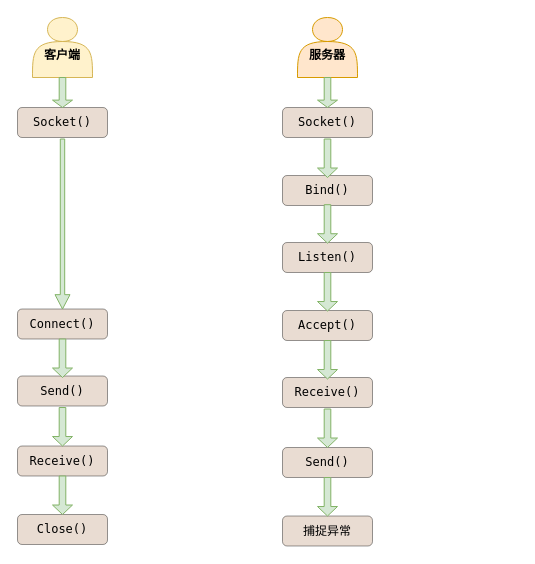
Earlier version of the draw.io diagram TCP Socket.drawio (hhw-cainiao/draw). Source tidied: cells renumbered, new cells numbered last; positions are measured from the earlier drawing's top-left corner, leaving out a move shared by most shapes. Both pictures are drawn from the tidied source at 100%, with x=0, y=0 at pixel (17, 17).
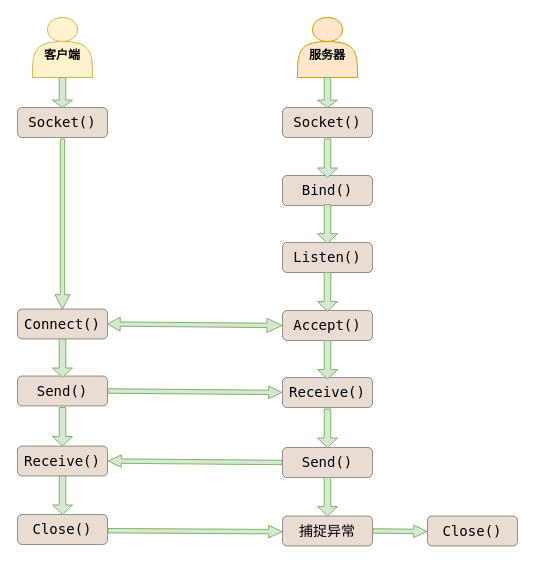
After the change.

The edit, as a diff of the source:
```diff
@@
-    <mxCell id="4" value="Socket()" style="rounded=1;whiteSpace=wrap;html=1;fillColor=#C7A78F;opacity=40;fontFamily=Lucida Console;" parent="1" vertex="1">
+    <mxCell id="4" value="Socket()" style="rounded=1;whiteSpace=wrap;html=1;fillColor=#C7A78F;opacity=40;fontFamily=Lucida Console;fontSize=14;" parent="1" vertex="1">
       <mxGeometry x="265" y="90" width="90" height="30" as="geometry" />
     </mxCell>
-    <mxCell id="5" value="Bind()" style="rounded=1;whiteSpace=wrap;html=1;fillColor=#C7A78F;opacity=40;fontFamily=Lucida Console;" parent="1" vertex="1">
+    <mxCell id="5" value="Bind()" style="rounded=1;whiteSpace=wrap;html=1;fillColor=#C7A78F;opacity=40;fontFamily=Lucida Console;fontSize=14;" parent="1" vertex="1">
       <mxGeometry x="265" y="158" width="90" height="30" as="geometry" />
     </mxCell>
-    <mxCell id="6" value="Listen()" style="rounded=1;whiteSpace=wrap;html=1;fillColor=#C7A78F;opacity=40;fontFamily=Lucida Console;" parent="1" vertex="1">
+    <mxCell id="6" value="Listen()" style="rounded=1;whiteSpace=wrap;html=1;fillColor=#C7A78F;opacity=40;fontFamily=Lucida Console;fontSize=14;" parent="1" vertex="1">
       <mxGeometry x="265" y="225" width="90" height="30" as="geometry" />
     </mxCell>
-    <mxCell id="7" value="Accept()" style="rounded=1;whiteSpace=wrap;html=1;fillColor=#C7A78F;opacity=40;fontFamily=Lucida Console;" parent="1" vertex="1">
+    <mxCell id="7" value="Accept()" style="rounded=1;whiteSpace=wrap;html=1;fillColor=#C7A78F;opacity=40;fontFamily=Lucida Console;fontSize=14;" parent="1" vertex="1">
       <mxGeometry x="265" y="293" width="90" height="30" as="geometry" />
     </mxCell>
-    <mxCell id="8" value="Receive()" style="rounded=1;whiteSpace=wrap;html=1;fillColor=#C7A78F;opacity=40;fontFamily=Lucida Console;" parent="1" vertex="1">
+    <mxCell id="8" value="Receive()" style="rounded=1;whiteSpace=wrap;html=1;fillColor=#C7A78F;opacity=40;fontFamily=Lucida Console;fontSize=14;" parent="1" vertex="1">
       <mxGeometry x="265" y="360" width="90" height="30" as="geometry" />
     </mxCell>
-    <mxCell id="9" value="Send()" style="rounded=1;whiteSpace=wrap;html=1;fillColor=#C7A78F;opacity=40;fontFamily=Lucida Console;" parent="1" vertex="1">
+    <mxCell id="9" value="Send()" style="rounded=1;whiteSpace=wrap;html=1;fillColor=#C7A78F;opacity=40;fontFamily=Lucida Console;fontSize=14;" parent="1" vertex="1">
       <mxGeometry x="265" y="430" width="90" height="30" as="geometry" />
     </mxCell>
-    <mxCell id="10" value="Connect()" style="rounded=1;whiteSpace=wrap;html=1;fillColor=#C7A78F;opacity=40;fontFamily=Lucida Console;" parent="1" vertex="1">
+    <mxCell id="10" value="Connect()" style="rounded=1;whiteSpace=wrap;html=1;fillColor=#C7A78F;opacity=40;fontFamily=Lucida Console;fontSize=14;" parent="1" vertex="1">
       <mxGeometry y="291.5" width="90" height="30" as="geometry" />
     </mxCell>
-    <mxCell id="11" value="Send()" style="rounded=1;whiteSpace=wrap;html=1;fillColor=#C7A78F;opacity=40;fontFamily=Lucida Console;" parent="1" vertex="1">
+    <mxCell id="11" value="Send()" style="rounded=1;whiteSpace=wrap;html=1;fillColor=#C7A78F;opacity=40;fontFamily=Lucida Console;fontSize=14;" parent="1" vertex="1">
       <mxGeometry y="358.5" width="90" height="30" as="geometry" />
     </mxCell>
-    <mxCell id="12" value="Receive()" style="rounded=1;whiteSpace=wrap;html=1;fillColor=#C7A78F;opacity=40;fontFamily=Lucida Console;" parent="1" vertex="1">
+    <mxCell id="12" value="Receive()" style="rounded=1;whiteSpace=wrap;html=1;fillColor=#C7A78F;opacity=40;fontFamily=Lucida Console;fontSize=14;" parent="1" vertex="1">
       <mxGeometry y="428.5" width="90" height="30" as="geometry" />
     </mxCell>
-    <mxCell id="13" value="Socket()" style="rounded=1;whiteSpace=wrap;html=1;fillColor=#C7A78F;opacity=40;fontFamily=Lucida Console;" parent="1" vertex="1">
+    <mxCell id="13" value="Socket()" style="rounded=1;whiteSpace=wrap;html=1;fillColor=#C7A78F;opacity=40;fontFamily=Lucida Console;fontSize=14;" parent="1" vertex="1">
       <mxGeometry y="90" width="90" height="30" as="geometry" />
     </mxCell>
-    <mxCell id="14" style="shape=singleArrow;direction=south;whiteSpace=wrap;html=1;arrowWidth=0.2933333333333303;arrowSize=0.08431372549019597;fillColor=#D5E8D4;strokeColor=#82b366;" parent="1" vertex="1">
+    <mxCell id="14" style="shape=singleArrow;direction=south;whiteSpace=wrap;html=1;arrowWidth=0.2933333333333303;arrowSize=0.08431372549019597;fillColor=#D5E8D4;strokeColor=#82b366;fontSize=14;" parent="1" vertex="1">
       <mxGeometry x="37.5" y="121.5" width="15" height="170" as="geometry" />
     </mxCell>
@@
-    <mxCell id="17" style="shape=singleArrow;direction=south;whiteSpace=wrap;html=1;arrowWidth=0.3310344827586221;arrowSize=0.2463601532567035;fillColor=#D5E8D4;strokeColor=#82b366;" parent="1" vertex="1">
+    <mxCell id="17" style="shape=singleArrow;direction=south;whiteSpace=wrap;html=1;arrowWidth=0.3310344827586221;arrowSize=0.2463601532567035;fillColor=#D5E8D4;strokeColor=#82b366;fontSize=14;" parent="1" vertex="1">
       <mxGeometry x="300" y="121.5" width="20" height="38.5" as="geometry" />
     </mxCell>
-    <mxCell id="18" style="shape=singleArrow;direction=south;whiteSpace=wrap;html=1;arrowWidth=0.3310344827586221;arrowSize=0.2463601532567035;fillColor=#D5E8D4;strokeColor=#82b366;" parent="1" vertex="1">
+    <mxCell id="18" style="shape=singleArrow;direction=south;whiteSpace=wrap;html=1;arrowWidth=0.3310344827586221;arrowSize=0.2463601532567035;fillColor=#D5E8D4;strokeColor=#82b366;fontSize=14;" parent="1" vertex="1">
       <mxGeometry x="300" y="187.2" width="20" height="38.5" as="geometry" />
     </mxCell>
-    <mxCell id="19" style="shape=singleArrow;direction=south;whiteSpace=wrap;html=1;arrowWidth=0.3310344827586221;arrowSize=0.2463601532567035;fillColor=#D5E8D4;strokeColor=#82b366;" parent="1" vertex="1">
+    <mxCell id="19" style="shape=singleArrow;direction=south;whiteSpace=wrap;html=1;arrowWidth=0.3310344827586221;arrowSize=0.2463601532567035;fillColor=#D5E8D4;strokeColor=#82b366;fontSize=14;" parent="1" vertex="1">
       <mxGeometry x="300" y="255" width="20" height="38.5" as="geometry" />
     </mxCell>
-    <mxCell id="20" style="shape=singleArrow;direction=south;whiteSpace=wrap;html=1;arrowWidth=0.3310344827586221;arrowSize=0.2463601532567035;fillColor=#D5E8D4;strokeColor=#82b366;" parent="1" vertex="1">
+    <mxCell id="20" style="shape=singleArrow;direction=south;whiteSpace=wrap;html=1;arrowWidth=0.3310344827586221;arrowSize=0.2463601532567035;fillColor=#D5E8D4;strokeColor=#82b366;fontSize=14;" parent="1" vertex="1">
       <mxGeometry x="300" y="323" width="20" height="38.5" as="geometry" />
     </mxCell>
-    <mxCell id="21" style="shape=singleArrow;direction=south;whiteSpace=wrap;html=1;arrowWidth=0.3310344827586221;arrowSize=0.2463601532567035;fillColor=#D5E8D4;strokeColor=#82b366;" parent="1" vertex="1">
+    <mxCell id="21" style="shape=singleArrow;direction=south;whiteSpace=wrap;html=1;arrowWidth=0.3310344827586221;arrowSize=0.2463601532567035;fillColor=#D5E8D4;strokeColor=#82b366;fontSize=14;" parent="1" vertex="1">
       <mxGeometry x="300" y="391.5" width="20" height="38.5" as="geometry" />
     </mxCell>
-    <mxCell id="22" style="shape=singleArrow;direction=south;whiteSpace=wrap;html=1;arrowWidth=0.3310344827586221;arrowSize=0.2463601532567035;fillColor=#D5E8D4;strokeColor=#82b366;" parent="1" vertex="1">
+    <mxCell id="22" style="shape=singleArrow;direction=south;whiteSpace=wrap;html=1;arrowWidth=0.3310344827586221;arrowSize=0.2463601532567035;fillColor=#D5E8D4;strokeColor=#82b366;fontSize=14;" parent="1" vertex="1">
       <mxGeometry x="35" y="321.5" width="20" height="38.5" as="geometry" />
     </mxCell>
-    <mxCell id="23" style="shape=singleArrow;direction=south;whiteSpace=wrap;html=1;arrowWidth=0.3310344827586221;arrowSize=0.2463601532567035;fillColor=#D5E8D4;strokeColor=#82b366;" parent="1" vertex="1">
+    <mxCell id="23" style="shape=singleArrow;direction=south;whiteSpace=wrap;html=1;arrowWidth=0.3310344827586221;arrowSize=0.2463601532567035;fillColor=#D5E8D4;strokeColor=#82b366;fontSize=14;" parent="1" vertex="1">
       <mxGeometry x="35" y="390" width="20" height="38.5" as="geometry" />
     </mxCell>
-    <mxCell id="24" value="捕捉异常" style="rounded=1;whiteSpace=wrap;html=1;fillColor=#C7A78F;opacity=40;fontFamily=Lucida Console;" parent="1" vertex="1">
+    <mxCell id="24" value="捕捉异常" style="rounded=1;whiteSpace=wrap;html=1;fillColor=#C7A78F;opacity=40;fontFamily=Lucida Console;fontSize=14;" parent="1" vertex="1">
       <mxGeometry x="265" y="498.5" width="90" height="30" as="geometry" />
     </mxCell>
-    <mxCell id="25" value="Close()" style="rounded=1;whiteSpace=wrap;html=1;fillColor=#C7A78F;opacity=40;fontFamily=Lucida Console;" parent="1" vertex="1">
+    <mxCell id="25" value="Close()" style="rounded=1;whiteSpace=wrap;html=1;fillColor=#C7A78F;opacity=40;fontFamily=Lucida Console;fontSize=14;" parent="1" vertex="1">
       <mxGeometry y="497" width="90" height="30" as="geometry" />
     </mxCell>
-    <mxCell id="26" style="shape=singleArrow;direction=south;whiteSpace=wrap;html=1;arrowWidth=0.3310344827586221;arrowSize=0.2463601532567035;fillColor=#D5E8D4;strokeColor=#82b366;" parent="1" vertex="1">
+    <mxCell id="26" style="shape=singleArrow;direction=south;whiteSpace=wrap;html=1;arrowWidth=0.3310344827586221;arrowSize=0.2463601532567035;fillColor=#D5E8D4;strokeColor=#82b366;fontSize=14;" parent="1" vertex="1">
       <mxGeometry x="300" y="460" width="20" height="38.5" as="geometry" />
     </mxCell>
-    <mxCell id="27" style="shape=singleArrow;direction=south;whiteSpace=wrap;html=1;arrowWidth=0.3310344827586221;arrowSize=0.2463601532567035;fillColor=#D5E8D4;strokeColor=#82b366;" parent="1" vertex="1">
+    <mxCell id="27" style="shape=singleArrow;direction=south;whiteSpace=wrap;html=1;arrowWidth=0.3310344827586221;arrowSize=0.2463601532567035;fillColor=#D5E8D4;strokeColor=#82b366;fontSize=14;" parent="1" vertex="1">
       <mxGeometry x="35" y="458.5" width="20" height="38.5" as="geometry" />
     </mxCell>
+    <mxCell id="28" style="shape=flexArrow;endArrow=classic;startArrow=classic;html=1;rounded=0;entryX=0;entryY=0.5;entryDx=0;entryDy=0;exitX=1;exitY=0.5;exitDx=0;exitDy=0;width=4.333333333333333;startSize=3.7195402298850575;startWidth=8.8;endWidth=8.8;endSize=4.673333333333333;fillColor=#d5e8d4;strokeColor=#82b366;" parent="1" edge="1" source="10" target="7">
+      <mxGeometry relative="1" as="geometry" />
+    </mxCell>
+    <mxCell id="29" style="shape=flexArrow;endArrow=classic;html=1;rounded=0;exitX=1;exitY=0.5;exitDx=0;exitDy=0;entryX=0;entryY=0.5;entryDx=0;entryDy=0;width=4.423076923076923;endSize=4.1134615384615385;endWidth=7.034023668639054;fillColor=#d5e8d4;strokeColor=#82b366;" parent="1" edge="1" source="11" target="8">
+      <mxGeometry relative="1" as="geometry" />
+    </mxCell>
+    <mxCell id="30" style="shape=flexArrow;endArrow=classic;html=1;rounded=0;exitX=0;exitY=0.5;exitDx=0;exitDy=0;width=4.423076923076923;endSize=4.1134615384615385;endWidth=7.034023668639054;entryX=1;entryY=0.5;entryDx=0;entryDy=0;fillColor=#d5e8d4;strokeColor=#82b366;" parent="1" edge="1" source="9" target="12">
+      <mxGeometry relative="1" as="geometry" />
+    </mxCell>
+    <mxCell id="31" style="shape=flexArrow;endArrow=classic;html=1;rounded=0;exitX=1;exitY=0.5;exitDx=0;exitDy=0;entryX=0;entryY=0.5;entryDx=0;entryDy=0;width=4.423076923076923;endSize=4.1134615384615385;endWidth=7.034023668639054;fillColor=#d5e8d4;strokeColor=#82b366;" parent="1" edge="1">
+      <mxGeometry relative="1" as="geometry">
+        <mxPoint x="90" y="513.2" as="sourcePoint" />
+        <mxPoint x="265" y="514.2" as="targetPoint" />
+      </mxGeometry>
+    </mxCell>
+    <mxCell id="32" value="Close()" style="rounded=1;whiteSpace=wrap;html=1;fillColor=#C7A78F;opacity=40;fontFamily=Lucida Console;fontSize=14;" parent="1" vertex="1">
+      <mxGeometry x="410" y="498.5" width="90" height="30" as="geometry" />
+    </mxCell>
+    <mxCell id="33" style="shape=flexArrow;endArrow=classic;html=1;rounded=0;exitX=1;exitY=0.5;exitDx=0;exitDy=0;entryX=0;entryY=0.5;entryDx=0;entryDy=0;width=4.423076923076923;endSize=4.1134615384615385;endWidth=7.034023668639054;fillColor=#d5e8d4;strokeColor=#82b366;" parent="1" edge="1" source="24">
+      <mxGeometry relative="1" as="geometry">
+        <mxPoint x="410" y="514" as="targetPoint" />
+      </mxGeometry>
+    </mxCell>
```
